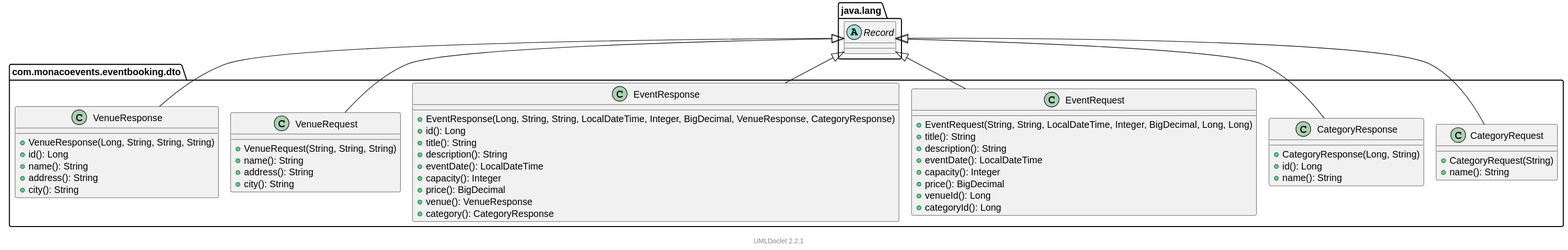
Above: docs/uml/com/monacoevents/eventbooking/dto/package.svg in LorisDrid/event-booking-api (PlantUML), before the change. Its diagram source:
```plantuml
@startuml


    !pragma layout smetana
    set separator ::

    package com.monacoevents.eventbooking.dto {

        class CategoryRequest [[file:/C:/Users/loris/Documents/Programming/Github/event-booking-api/target/reports/apidocs/com/monacoevents/eventbooking/dto/CategoryRequest.html]] {
            +CategoryRequest(String)
            +name(): String
        }

        class CategoryResponse [[file:/C:/Users/loris/Documents/Programming/Github/event-booking-api/target/reports/apidocs/com/monacoevents/eventbooking/dto/CategoryResponse.html]] {
            +CategoryResponse(Long, String)
            +id(): Long
            +name(): String
        }

        class EventRequest [[file:/C:/Users/loris/Documents/Programming/Github/event-booking-api/target/reports/apidocs/com/monacoevents/eventbooking/dto/EventRequest.html]] {
            +EventRequest(String, String, LocalDateTime, Integer, BigDecimal, Long, Long)
            +title(): String
            +description(): String
            +eventDate(): LocalDateTime
            +capacity(): Integer
            +price(): BigDecimal
            +venueId(): Long
            +categoryId(): Long
        }

        class EventResponse [[file:/C:/Users/loris/Documents/Programming/Github/event-booking-api/target/reports/apidocs/com/monacoevents/eventbooking/dto/EventResponse.html]] {
            +EventResponse(Long, String, String, LocalDateTime, Integer, BigDecimal, VenueResponse, CategoryResponse)
            +id(): Long
            +title(): String
            +description(): String
            +eventDate(): LocalDateTime
            +capacity(): Integer
            +price(): BigDecimal
            +venue(): VenueResponse
            +category(): CategoryResponse
        }

        class VenueRequest [[file:/C:/Users/loris/Documents/Programming/Github/event-booking-api/target/reports/apidocs/com/monacoevents/eventbooking/dto/VenueRequest.html]] {
            +VenueRequest(String, String, String)
            +name(): String
            +address(): String
            +city(): String
        }

        class VenueResponse [[file:/C:/Users/loris/Documents/Programming/Github/event-booking-api/target/reports/apidocs/com/monacoevents/eventbooking/dto/VenueResponse.html]] {
            +VenueResponse(Long, String, String, String)
            +id(): Long
            +name(): String
            +address(): String
            +city(): String
        }

    }

    package java.lang {
        abstract class Record
    }

    java.lang::Record <|-- com.monacoevents.eventbooking.dto::CategoryRequest
    java.lang::Record <|-- com.monacoevents.eventbooking.dto::CategoryResponse
    java.lang::Record <|-- com.monacoevents.eventbooking.dto::EventRequest
    java.lang::Record <|-- com.monacoevents.eventbooking.dto::EventResponse
    java.lang::Record <|-- com.monacoevents.eventbooking.dto::VenueRequest
    java.lang::Record <|-- com.monacoevents.eventbooking.dto::VenueResponse

    <style>
        footer {
            HyperLinkColor #8
            HyperLinkUnderlineThickness 0
        }
    </style>
    footer \n[[https://github.com/talsma-ict/umldoclet UMLDoclet 2.2.1]]
@enduml
```
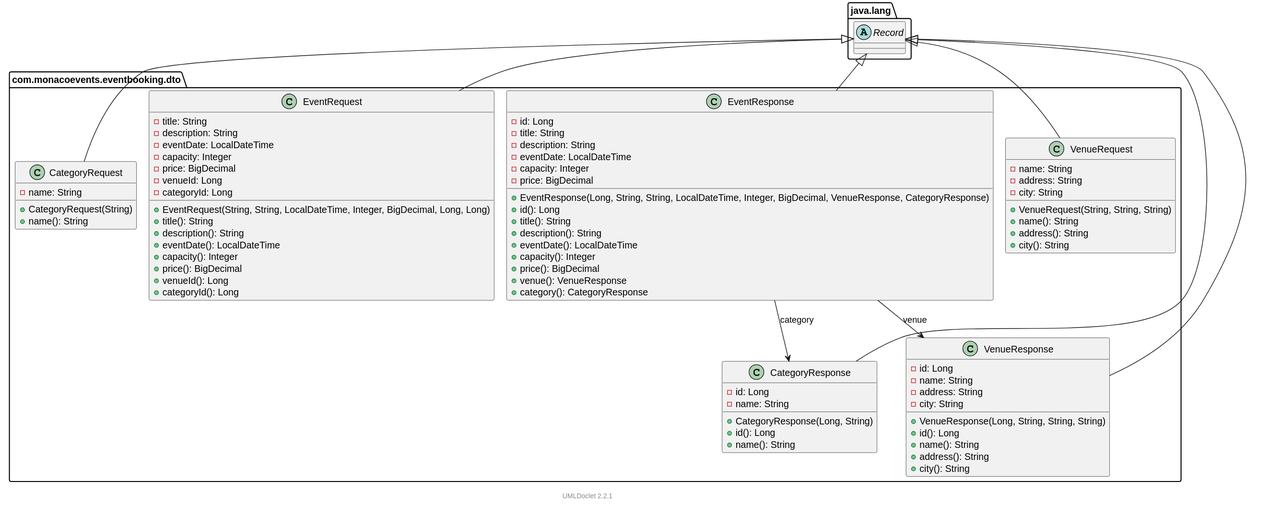
Above is the later version.

Diff of the diagram source:
```diff
@@ -7,17 +7,27 @@
     package com.monacoevents.eventbooking.dto {
 
         class CategoryRequest [[file:/C:/Users/loris/Documents/Programming/Github/event-booking-api/target/reports/apidocs/com/monacoevents/eventbooking/dto/CategoryRequest.html]] {
+            -name: String
             +CategoryRequest(String)
             +name(): String
         }
 
         class CategoryResponse [[file:/C:/Users/loris/Documents/Programming/Github/event-booking-api/target/reports/apidocs/com/monacoevents/eventbooking/dto/CategoryResponse.html]] {
+            -id: Long
+            -name: String
             +CategoryResponse(Long, String)
             +id(): Long
             +name(): String
         }
 
         class EventRequest [[file:/C:/Users/loris/Documents/Programming/Github/event-booking-api/target/reports/apidocs/com/monacoevents/eventbooking/dto/EventRequest.html]] {
+            -title: String
+            -description: String
+            -eventDate: LocalDateTime
+            -capacity: Integer
+            -price: BigDecimal
+            -venueId: Long
+            -categoryId: Long
             +EventRequest(String, String, LocalDateTime, Integer, BigDecimal, Long, Long)
             +title(): String
             +description(): String
@@ -29,6 +39,12 @@
         }
 
         class EventResponse [[file:/C:/Users/loris/Documents/Programming/Github/event-booking-api/target/reports/apidocs/com/monacoevents/eventbooking/dto/EventResponse.html]] {
+            -id: Long
+            -title: String
+            -description: String
+            -eventDate: LocalDateTime
+            -capacity: Integer
+            -price: BigDecimal
             +EventResponse(Long, String, String, LocalDateTime, Integer, BigDecimal, VenueResponse, CategoryResponse)
             +id(): Long
             +title(): String
@@ -41,6 +57,9 @@
         }
 
         class VenueRequest [[file:/C:/Users/loris/Documents/Programming/Github/event-booking-api/target/reports/apidocs/com/monacoevents/eventbooking/dto/VenueRequest.html]] {
+            -name: String
+            -address: String
+            -city: String
             +VenueRequest(String, String, String)
             +name(): String
             +address(): String
@@ -48,6 +67,10 @@
         }
 
         class VenueResponse [[file:/C:/Users/loris/Documents/Programming/Github/event-booking-api/target/reports/apidocs/com/monacoevents/eventbooking/dto/VenueResponse.html]] {
+            -id: Long
+            -name: String
+            -address: String
+            -city: String
             +VenueResponse(Long, String, String, String)
             +id(): Long
             +name(): String
@@ -65,6 +88,8 @@
     java.lang::Record <|-- com.monacoevents.eventbooking.dto::CategoryResponse
     java.lang::Record <|-- com.monacoevents.eventbooking.dto::EventRequest
     java.lang::Record <|-- com.monacoevents.eventbooking.dto::EventResponse
+    com.monacoevents.eventbooking.dto::EventResponse --> com.monacoevents.eventbooking.dto::VenueResponse: venue
+    com.monacoevents.eventbooking.dto::EventResponse --> com.monacoevents.eventbooking.dto::CategoryResponse: category
     java.lang::Record <|-- com.monacoevents.eventbooking.dto::VenueRequest
     java.lang::Record <|-- com.monacoevents.eventbooking.dto::VenueResponse
 
```
